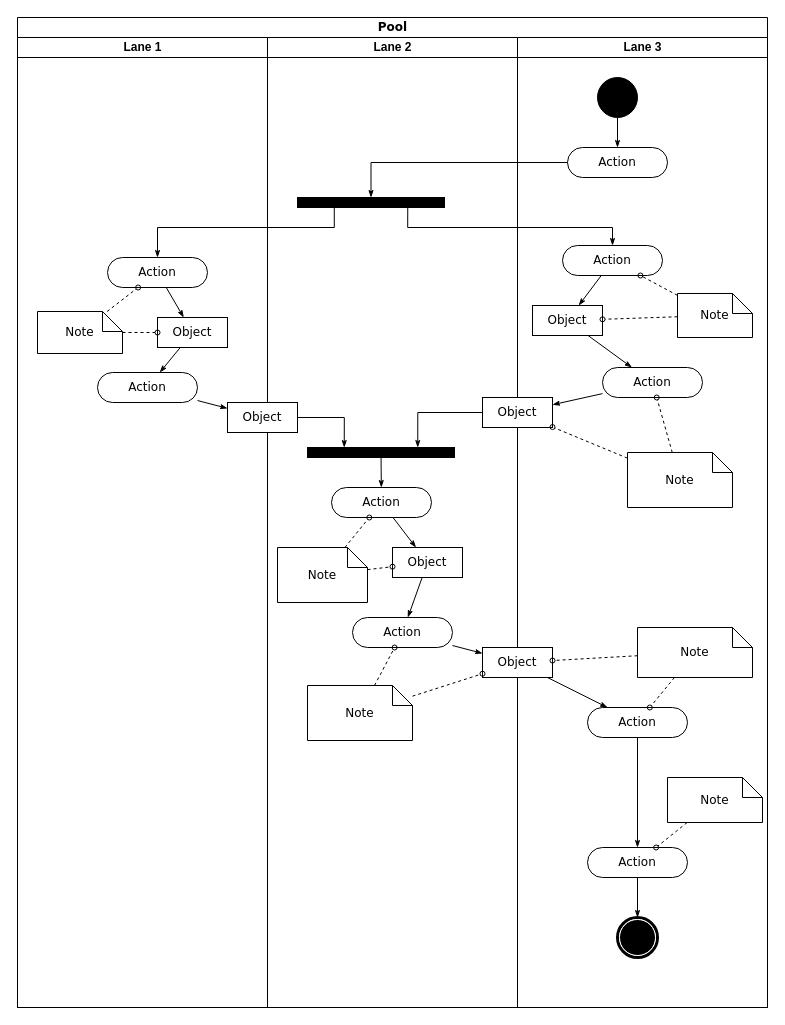
Before: page "Page-1" (1 of 4) of Use_Case.drawio in bgabrielma/ES_Project, a draw.io diagram. Source tidied: cells renumbered, new cells numbered last; positions are measured from the earlier drawing's top-left corner, leaving out a move shared by most shapes. Both pictures are drawn from the tidied source at 100%, with x=0, y=0 at pixel (17, 17).
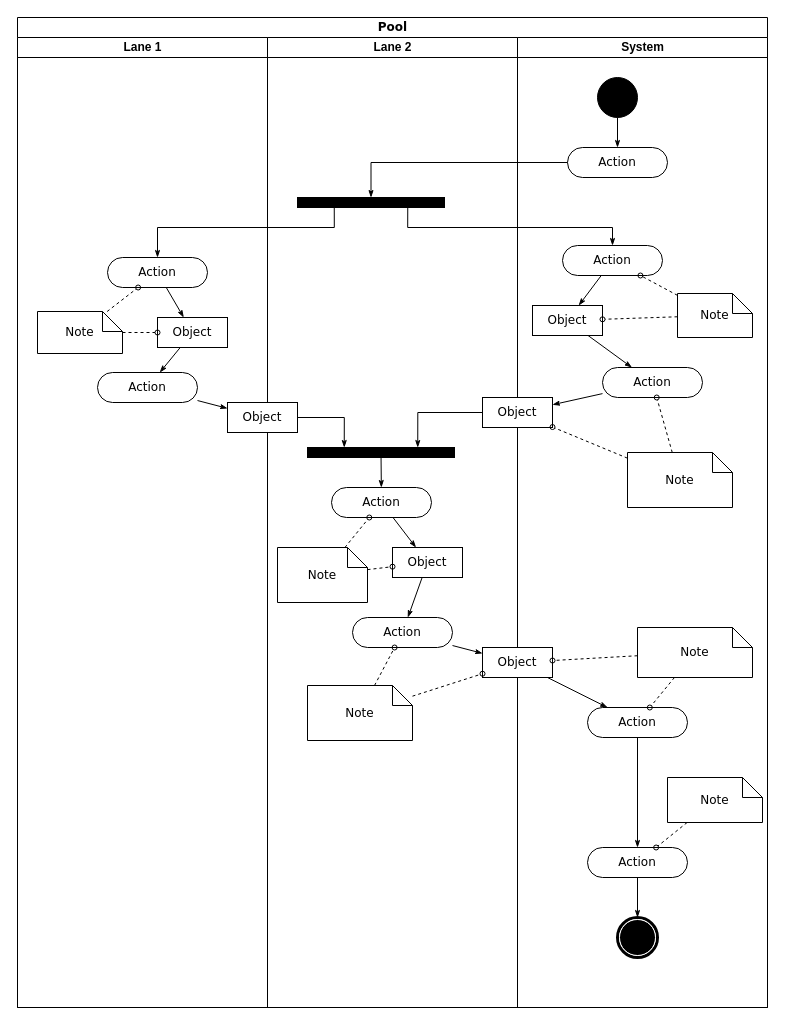
Above is the later version.

Unchanged cells that the change refers to:
```xml
<mxCell id="2" value="Pool" style="swimlane;html=1;startSize=20;rounded=0;shadow=0;comic=0;labelBackgroundColor=none;strokeWidth=1;fontFamily=Verdana;fontSize=12;align=center;" parent="1" vertex="1">
  <mxGeometry width="750" height="990" as="geometry" />
</mxCell>
```

Diff of the diagram source:
```diff
@@
-    <mxCell id="28" value="Lane 3" style="swimlane;html=1;startSize=20;" parent="2" vertex="1">
+    <mxCell id="28" value="System" style="swimlane;html=1;startSize=20;" parent="2" vertex="1">
       <mxGeometry x="500" y="20" width="250" height="970" as="geometry" />
     </mxCell>
```
